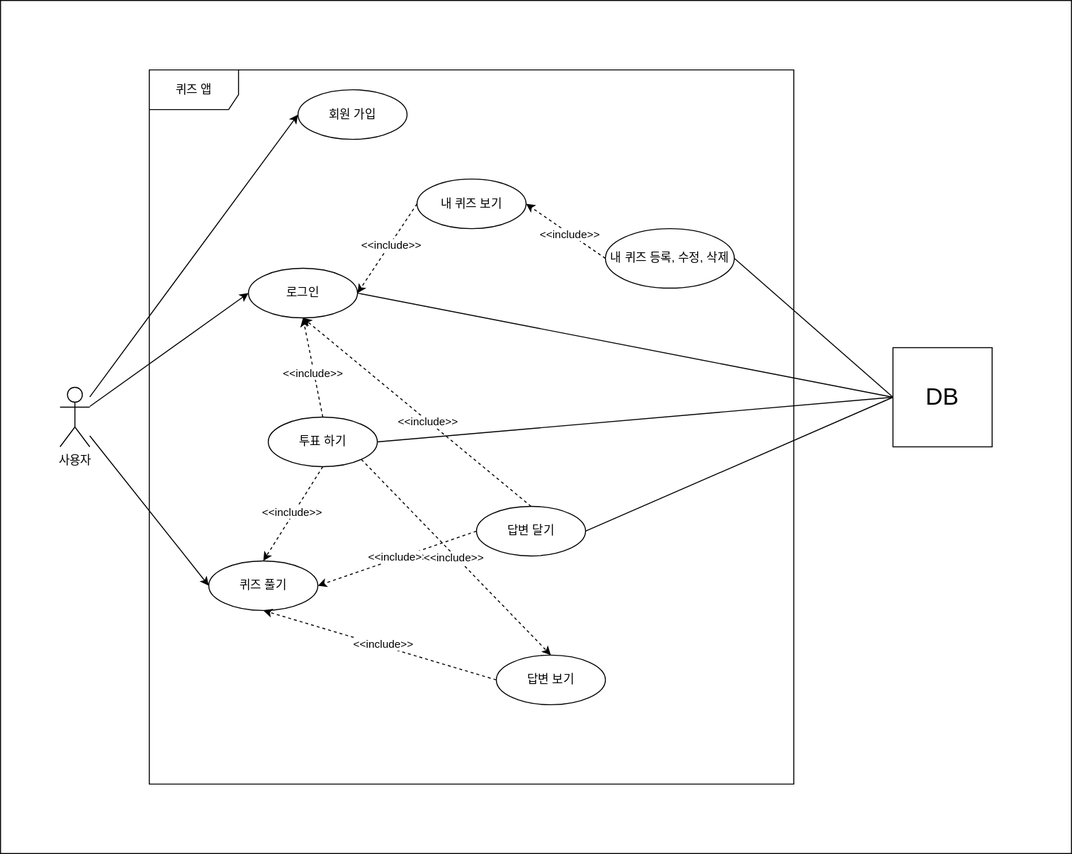
leesh5000/Quiz-Moa-BE keeps this draw.io diagram as document/usecase.svg. Above is the earlier version. Source tidied: cells renumbered, new cells last; positions are measured from the earlier drawing's top-left corner, leaving out a move shared by most shapes.
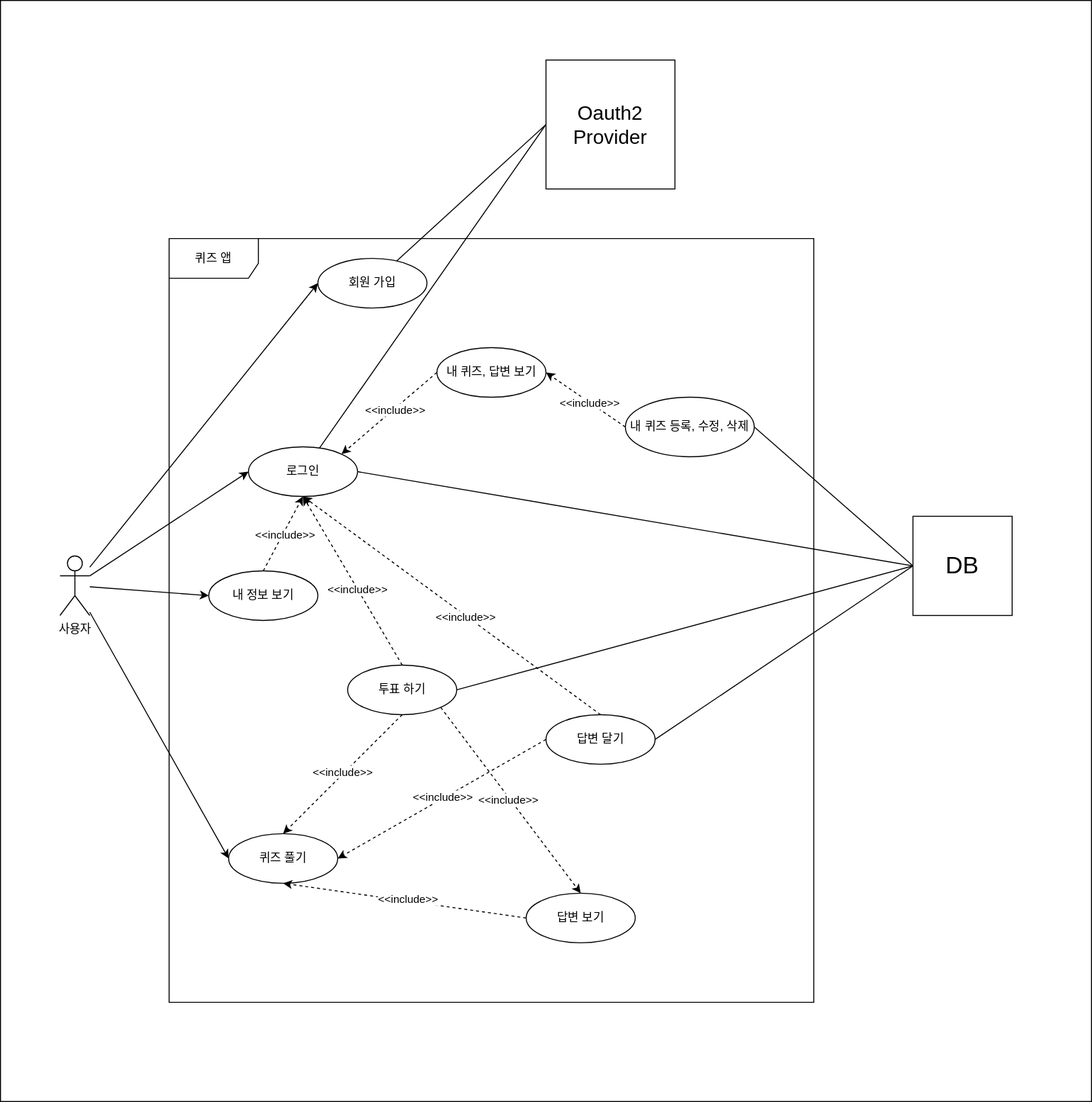
After the commit.

What changed in the source:
```diff
@@ -3,10 +3,10 @@
     <mxCell id="0" />
     <mxCell id="1" parent="0" />
     <mxCell id="2" style="rounded=0;whiteSpace=wrap;html=1;fontSize=24;" parent="1" vertex="1">
-      <mxGeometry width="1080" height="860" as="geometry" />
+      <mxGeometry x="-20" y="-170" width="1100" height="1110" as="geometry" />
     </mxCell>
     <mxCell id="3" value="퀴즈 앱" style="shape=umlFrame;whiteSpace=wrap;html=1;width=90;height=40;" parent="1" vertex="1">
-      <mxGeometry x="150" y="70" width="650" height="720" as="geometry" />
+      <mxGeometry x="150" y="70" width="650" height="770" as="geometry" />
     </mxCell>
     <mxCell id="4" style="rounded=0;jettySize=auto;html=1;entryX=0;entryY=0.5;entryDx=0;entryDy=0;" parent="1" edge="1" source="7" target="8">
       <mxGeometry relative="1" as="geometry" />
@@ -17,14 +17,20 @@
     <mxCell id="6" style="edgeStyle=none;rounded=0;jettySize=auto;html=1;entryX=0;entryY=0.5;entryDx=0;entryDy=0;strokeColor=default;" parent="1" edge="1" source="7" target="9">
       <mxGeometry relative="1" as="geometry" />
     </mxCell>
+    <mxCell id="37" style="edgeStyle=none;rounded=0;jettySize=auto;html=1;entryX=0;entryY=0.5;entryDx=0;entryDy=0;fontSize=20;endArrow=classic;endFill=1;" parent="1" edge="1" source="7" target="40">
+      <mxGeometry relative="1" as="geometry" />
+    </mxCell>
     <mxCell id="7" value="사용자" style="shape=umlActor;verticalLabelPosition=bottom;verticalAlign=top;html=1;" parent="1" vertex="1">
-      <mxGeometry x="60" y="390" width="30" height="60" as="geometry" />
+      <mxGeometry x="40" y="390" width="30" height="60" as="geometry" />
     </mxCell>
+    <mxCell id="38" style="jettySize=auto;html=1;entryX=0;entryY=0.5;entryDx=0;entryDy=0;fontSize=20;rounded=0;endArrow=none;endFill=0;" parent="1" edge="1" source="8" target="41">
+      <mxGeometry relative="1" as="geometry" />
+    </mxCell>
     <mxCell id="8" value="회원 가입" style="ellipse;whiteSpace=wrap;html=1;" parent="1" vertex="1">
       <mxGeometry x="300" y="90" width="110" height="50" as="geometry" />
     </mxCell>
     <mxCell id="9" value="퀴즈 풀기" style="ellipse;whiteSpace=wrap;html=1;" parent="1" vertex="1">
-      <mxGeometry x="210" y="565" width="110" height="50" as="geometry" />
+      <mxGeometry x="210" y="670" width="110" height="50" as="geometry" />
     </mxCell>
     <mxCell id="10" style="edgeStyle=none;rounded=0;jettySize=auto;html=1;entryX=1;entryY=0.5;entryDx=0;entryDy=0;exitX=0;exitY=0.5;exitDx=0;exitDy=0;dashed=1;" parent="1" edge="1" source="14" target="9">
       <mxGeometry relative="1" as="geometry" />
@@ -39,13 +45,16 @@
       <mxGeometry x="-0.1" y="1" relative="1" as="geometry" />
     </mxCell>
     <mxCell id="14" value="답변 달기" style="ellipse;whiteSpace=wrap;html=1;" parent="1" vertex="1">
-      <mxGeometry x="480" y="510" width="110" height="50" as="geometry" />
+      <mxGeometry x="530" y="550" width="110" height="50" as="geometry" />
     </mxCell>
+    <mxCell id="39" style="edgeStyle=none;rounded=0;jettySize=auto;html=1;entryX=0;entryY=0.5;entryDx=0;entryDy=0;fontSize=20;endArrow=none;endFill=0;" parent="1" edge="1" source="15" target="41">
+      <mxGeometry relative="1" as="geometry" />
+    </mxCell>
     <mxCell id="15" value="로그인" style="ellipse;whiteSpace=wrap;html=1;" parent="1" vertex="1">
-      <mxGeometry x="250" y="270" width="110" height="50" as="geometry" />
+      <mxGeometry x="230" y="280" width="110" height="50" as="geometry" />
     </mxCell>
     <mxCell id="16" value="투표 하기" style="ellipse;whiteSpace=wrap;html=1;" parent="1" vertex="1">
-      <mxGeometry x="270" y="420" width="110" height="50" as="geometry" />
+      <mxGeometry x="330" y="500" width="110" height="50" as="geometry" />
     </mxCell>
     <mxCell id="17" style="edgeStyle=none;rounded=0;jettySize=auto;html=1;entryX=0.5;entryY=1;entryDx=0;entryDy=0;dashed=1;exitX=0.5;exitY=0;exitDx=0;exitDy=0;" parent="1" edge="1" source="16" target="15">
       <mxGeometry relative="1" as="geometry" />
@@ -60,7 +69,7 @@
       <mxGeometry x="-0.02" y="-2" relative="1" as="geometry" />
     </mxCell>
     <mxCell id="21" value="답변 보기" style="ellipse;whiteSpace=wrap;html=1;" parent="1" vertex="1">
-      <mxGeometry x="500" y="660" width="110" height="50" as="geometry" />
+      <mxGeometry x="510" y="730" width="110" height="50" as="geometry" />
     </mxCell>
     <mxCell id="22" style="edgeStyle=none;rounded=0;jettySize=auto;html=1;entryX=0.5;entryY=1;entryDx=0;entryDy=0;exitX=0;exitY=0.5;exitDx=0;exitDy=0;dashed=1;" parent="1" edge="1" source="21" target="9">
       <mxGeometry relative="1" as="geometry" />
@@ -68,10 +77,10 @@
     <mxCell id="23" value="&amp;lt;&amp;lt;include&amp;gt;&amp;gt;" style="edgeLabel;html=1;align=center;verticalAlign=middle;" parent="22" vertex="1">
       <mxGeometry x="-0.02" y="-2" relative="1" as="geometry" />
     </mxCell>
-    <mxCell id="24" value="내 퀴즈 보기" style="ellipse;whiteSpace=wrap;html=1;" parent="1" vertex="1">
+    <mxCell id="24" value="내 퀴즈, 답변 보기" style="ellipse;whiteSpace=wrap;html=1;" parent="1" vertex="1">
       <mxGeometry x="420" y="180" width="110" height="50" as="geometry" />
     </mxCell>
-    <mxCell id="25" style="edgeStyle=none;rounded=0;jettySize=auto;html=1;entryX=1;entryY=0.5;entryDx=0;entryDy=0;dashed=1;exitX=0;exitY=0.5;exitDx=0;exitDy=0;" parent="1" edge="1" source="24" target="15">
+    <mxCell id="25" style="edgeStyle=none;rounded=0;jettySize=auto;html=1;entryX=1;entryY=0;entryDx=0;entryDy=0;dashed=1;exitX=0;exitY=0.5;exitDx=0;exitDy=0;" parent="1" edge="1" source="24" target="15">
       <mxGeometry relative="1" as="geometry" />
     </mxCell>
     <mxCell id="26" value="&amp;lt;&amp;lt;include&amp;gt;&amp;gt;" style="edgeLabel;html=1;align=center;verticalAlign=middle;" parent="25" vertex="1">
@@ -107,5 +116,17 @@
     <mxCell id="36" value="&lt;font style=&quot;font-size: 24px;&quot;&gt;DB&lt;/font&gt;" style="whiteSpace=wrap;html=1;" parent="1" vertex="1">
       <mxGeometry x="900" y="350" width="100" height="100" as="geometry" />
     </mxCell>
+    <mxCell id="40" value="내 정보 보기" style="ellipse;whiteSpace=wrap;html=1;" parent="1" vertex="1">
+      <mxGeometry x="190" y="405" width="110" height="50" as="geometry" />
+    </mxCell>
+    <mxCell id="41" value="&lt;font style=&quot;&quot;&gt;&lt;font style=&quot;font-size: 20px;&quot;&gt;Oauth2 &lt;br&gt;Provider&lt;/font&gt;&lt;br&gt;&lt;/font&gt;" style="whiteSpace=wrap;html=1;" parent="1" vertex="1">
+      <mxGeometry x="530" y="-110" width="130" height="130" as="geometry" />
+    </mxCell>
+    <mxCell id="42" style="edgeStyle=none;rounded=0;jettySize=auto;html=1;entryX=0.5;entryY=1;entryDx=0;entryDy=0;exitX=0.5;exitY=0;exitDx=0;exitDy=0;dashed=1;" parent="1" edge="1" source="40" target="15">
+      <mxGeometry relative="1" as="geometry" />
+    </mxCell>
+    <mxCell id="43" value="&amp;lt;&amp;lt;include&amp;gt;&amp;gt;" style="edgeLabel;html=1;align=center;verticalAlign=middle;" parent="42" vertex="1">
+      <mxGeometry x="-0.02" y="-2" relative="1" as="geometry" />
+    </mxCell>
   </root>
 </mxGraphModel>
```
